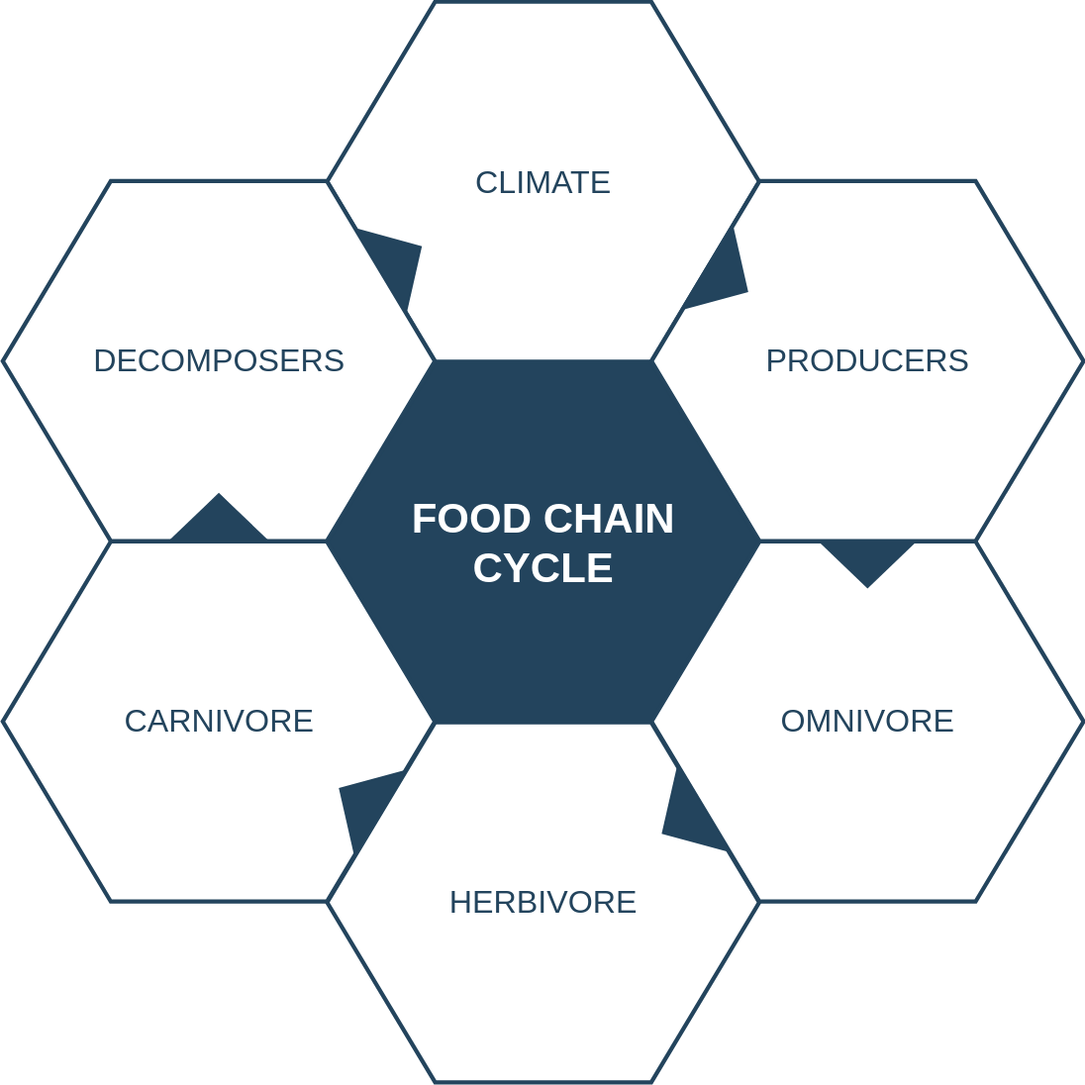
The draw.io diagram food-chain.svg in Neocrumm/diagrams.net, before a commit. Source tidied: cells renumbered, new cells last; positions are measured from the earlier drawing's top-left corner, leaving out a move shared by most shapes.
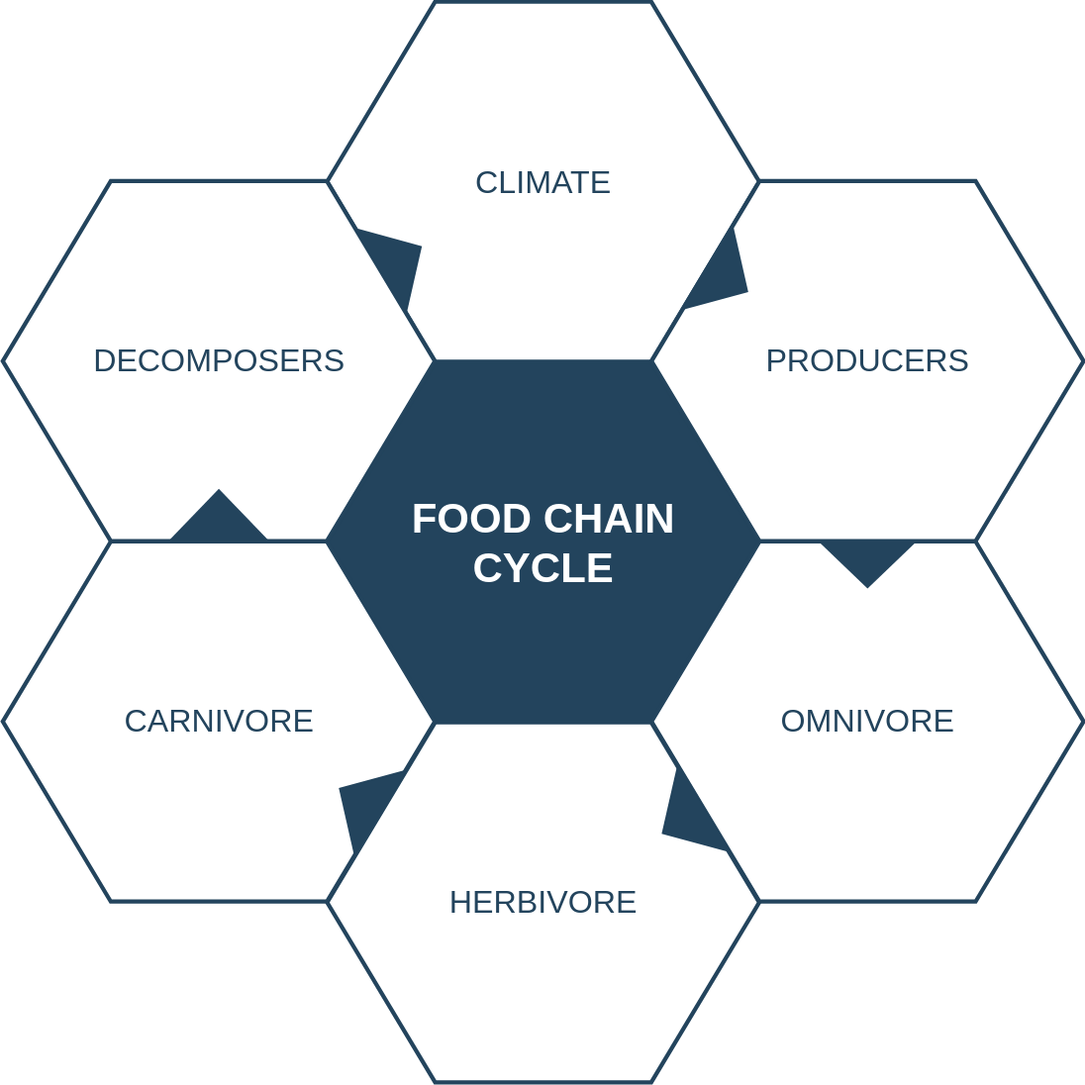
After the change.

The edit, as a diff of the source:
```diff
@@ -41,8 +41,8 @@
     <mxCell id="14" style="triangle;whiteSpace=wrap;html=1;shadow=0;labelBackgroundColor=none;strokeColor=none;fillColor=#23445D;fontFamily=Helvetica;fontSize=17;fontColor=#23445d;align=center;rotation=90;gradientColor=none;strokeWidth=3;" parent="1" vertex="1">
       <mxGeometry x="607.1" y="369.2" width="35" height="73" as="geometry" />
     </mxCell>
-    <mxCell id="15" style="triangle;whiteSpace=wrap;html=1;shadow=0;labelBackgroundColor=none;strokeColor=none;fillColor=#23445D;fontFamily=Helvetica;fontSize=17;fontColor=#23445d;align=center;rotation=90;gradientColor=none;flipH=1;strokeWidth=3;" parent="1" vertex="1">
-      <mxGeometry x="138.9" y="335.2" width="35" height="73" as="geometry" />
+    <mxCell id="15" style="triangle;whiteSpace=wrap;html=1;shadow=0;labelBackgroundColor=none;strokeColor=none;fillColor=#23445D;fontFamily=Helvetica;fontSize=17;fontColor=#23445d;align=center;rotation=90;gradientColor=none;flipH=1;strokeWidth=3;dashed=1;" parent="1" vertex="1">
+      <mxGeometry x="137.5" y="333.7" width="37.9" height="73" as="geometry" />
     </mxCell>
   </root>
 </mxGraphModel>
```
